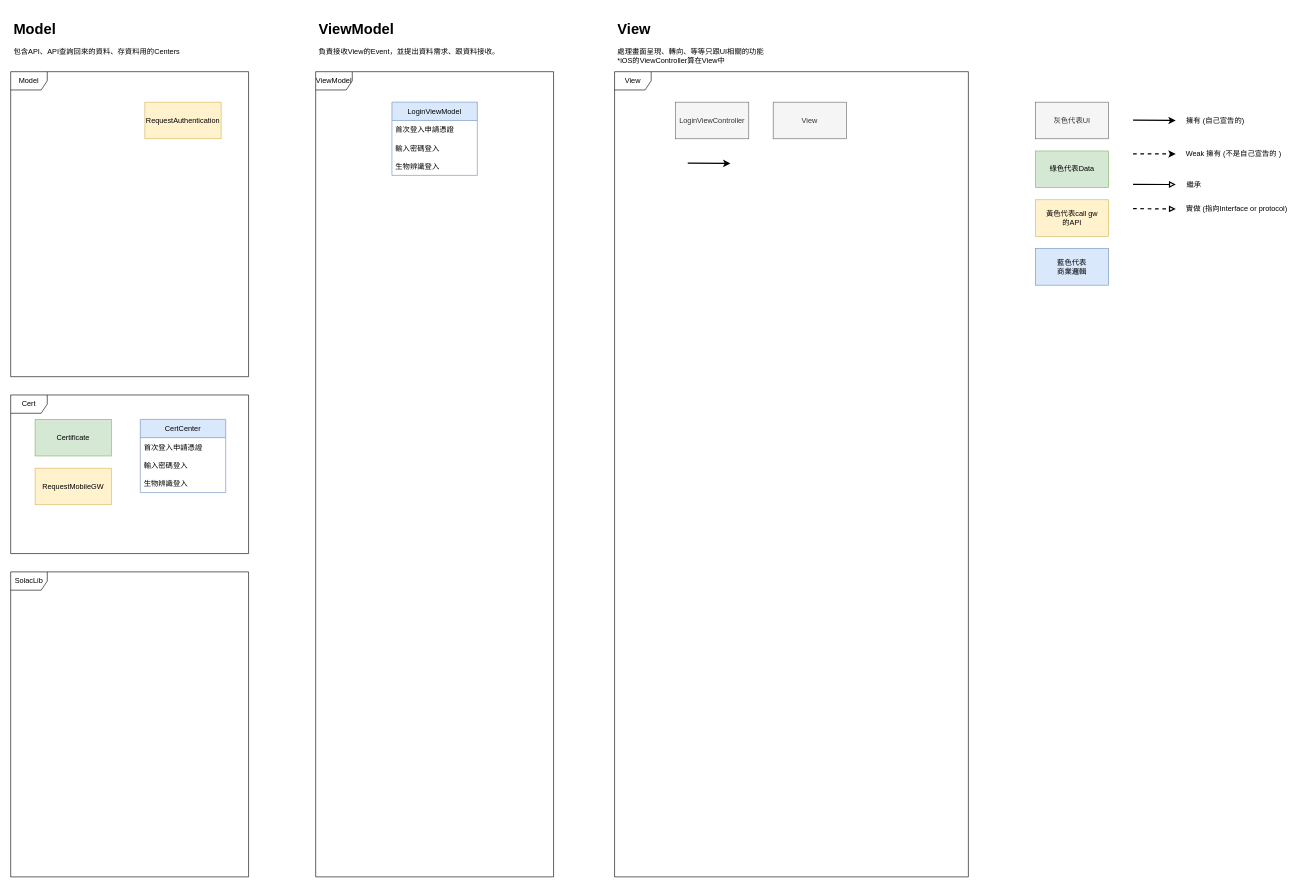
Above: 行動贏家架構圖.drawio in CapitalMobile/swift_giselle_practice (draw.io), before the change. Source tidied: cells renumbered, new cells numbered last; positions are measured from the earlier drawing's top-left corner, leaving out a move shared by most shapes. Both pictures are drawn from the tidied source at 61%, with x=0, y=0 at pixel (10, 16).
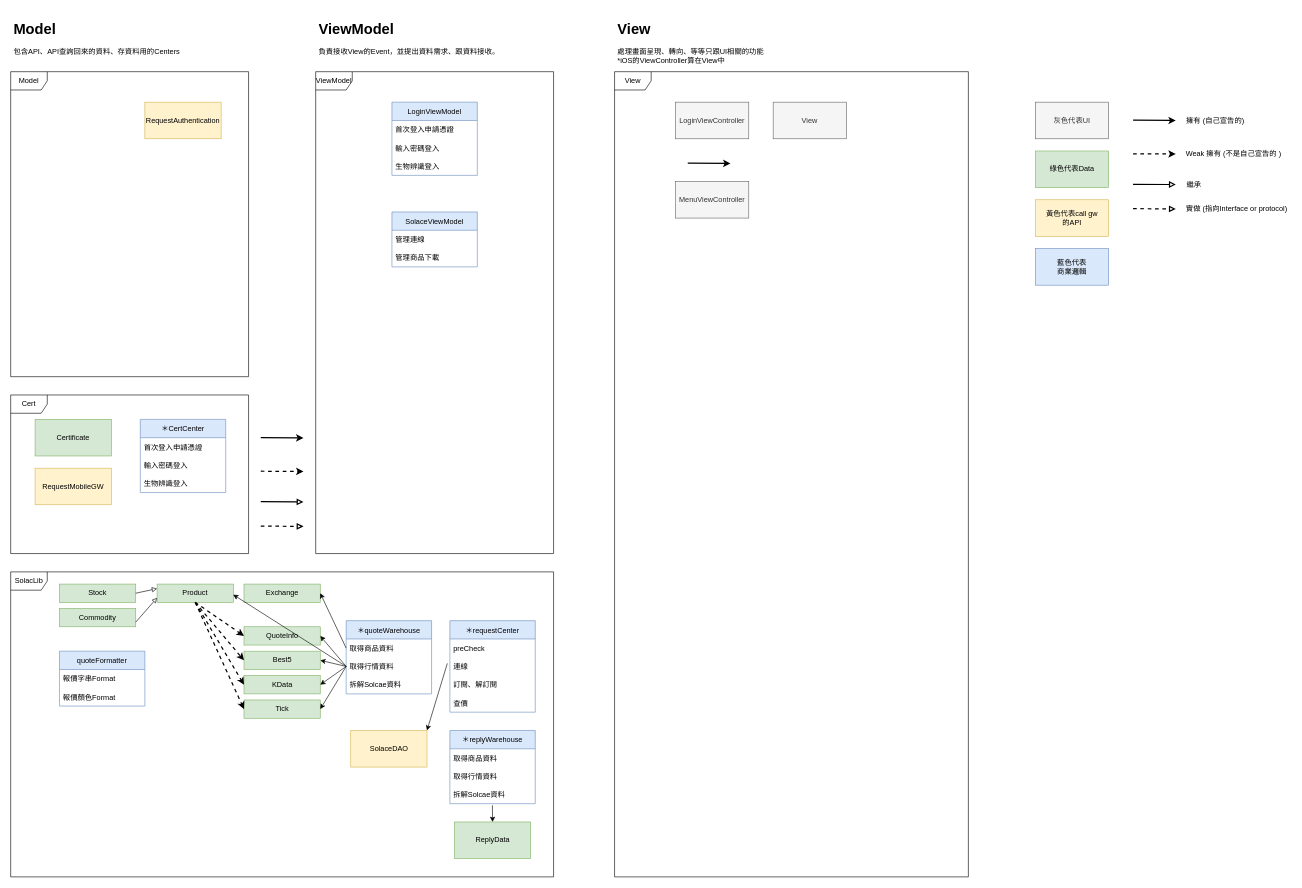
The same page after the edit.

Commit message:
更新SolaceLib(未完成).drawio

The edit, as a diff of the source:
```diff
@@
     <mxCell id="4" value="SolacLib" style="shape=umlFrame;whiteSpace=wrap;html=1;" parent="1" vertex="1">
-      <mxGeometry y="910" width="390" height="500" as="geometry" />
+      <mxGeometry y="910" width="890" height="500" as="geometry" />
     </mxCell>
     <mxCell id="5" value="ViewModel" style="shape=umlFrame;whiteSpace=wrap;html=1;" parent="1" vertex="1">
-      <mxGeometry x="500" y="90" width="390" height="1320" as="geometry" />
+      <mxGeometry x="500" y="90" width="390" height="790" as="geometry" />
     </mxCell>
@@
-    <mxCell id="17" value="CertCenter" style="swimlane;fontStyle=0;horizontal=1;startSize=30;fillColor=#dae8fc;strokeColor=#6c8ebf;" parent="1" vertex="1">
+    <mxCell id="17" value="＊CertCenter" style="swimlane;fontStyle=0;horizontal=1;startSize=30;fillColor=#dae8fc;strokeColor=#6c8ebf;" parent="1" vertex="1">
       <mxGeometry x="212.5" y="660" width="140" height="120" as="geometry" />
     </mxCell>
@@
+    <mxCell id="36" value="MenuViewController" style="rounded=0;whiteSpace=wrap;html=1;fillColor=#f5f5f5;fontColor=#333333;strokeColor=#666666;" parent="1" vertex="1">
+      <mxGeometry x="1090" y="270" width="120" height="60" as="geometry" />
+    </mxCell>
+    <mxCell id="37" value="SolaceViewModel" style="swimlane;fontStyle=0;horizontal=1;startSize=30;fillColor=#dae8fc;strokeColor=#6c8ebf;" parent="1" vertex="1">
+      <mxGeometry x="625" y="320" width="140" height="90" as="geometry" />
+    </mxCell>
+    <mxCell id="38" value="管理連線" style="text;strokeColor=none;fillColor=none;align=left;verticalAlign=middle;spacingLeft=4;spacingRight=4;overflow=hidden;" parent="37" vertex="1">
+      <mxGeometry y="30" width="140" height="30" as="geometry" />
+    </mxCell>
+    <mxCell id="39" value="管理商品下載" style="text;strokeColor=none;fillColor=none;align=left;verticalAlign=middle;spacingLeft=4;spacingRight=4;overflow=hidden;" parent="37" vertex="1">
+      <mxGeometry y="60" width="140" height="30" as="geometry" />
+    </mxCell>
+    <mxCell id="40" value="＊quoteWarehouse" style="swimlane;fontStyle=0;horizontal=1;startSize=30;fillColor=#dae8fc;strokeColor=#6c8ebf;" parent="1" vertex="1">
+      <mxGeometry x="550" y="990" width="140" height="120" as="geometry" />
+    </mxCell>
+    <mxCell id="41" value="取得商品資料" style="text;strokeColor=none;fillColor=none;align=left;verticalAlign=middle;spacingLeft=4;spacingRight=4;overflow=hidden;points=[[0,0.5],[1,0.5]];portConstraint=eastwest;" parent="40" vertex="1">
+      <mxGeometry y="30" width="140" height="30" as="geometry" />
+    </mxCell>
+    <mxCell id="42" value="取得行情資料" style="text;strokeColor=none;fillColor=none;align=left;verticalAlign=middle;spacingLeft=4;spacingRight=4;overflow=hidden;points=[[0,0.5],[1,0.5]];portConstraint=eastwest;" parent="40" vertex="1">
+      <mxGeometry y="60" width="140" height="30" as="geometry" />
+    </mxCell>
+    <mxCell id="43" value="拆解Solcae資料" style="text;strokeColor=none;fillColor=none;align=left;verticalAlign=middle;spacingLeft=4;spacingRight=4;overflow=hidden;" parent="40" vertex="1">
+      <mxGeometry y="90" width="140" height="30" as="geometry" />
+    </mxCell>
+    <mxCell id="44" value="＊requestCenter" style="swimlane;fontStyle=0;horizontal=1;startSize=30;fillColor=#dae8fc;strokeColor=#6c8ebf;" parent="1" vertex="1">
+      <mxGeometry x="720" y="990" width="140" height="150" as="geometry" />
+    </mxCell>
+    <mxCell id="45" value="preCheck" style="text;strokeColor=none;fillColor=none;align=left;verticalAlign=middle;spacingLeft=4;spacingRight=4;overflow=hidden;" parent="44" vertex="1">
+      <mxGeometry y="30" width="140" height="30" as="geometry" />
+    </mxCell>
+    <mxCell id="46" value="連線" style="text;strokeColor=none;fillColor=none;align=left;verticalAlign=middle;spacingLeft=4;spacingRight=4;overflow=hidden;points=[[0,0.5],[1,0.5]];portConstraint=eastwest;" parent="44" vertex="1">
+      <mxGeometry y="60" width="140" height="30" as="geometry" />
+    </mxCell>
+    <mxCell id="47" value="訂閱、解訂閱" style="text;strokeColor=none;fillColor=none;align=left;verticalAlign=middle;spacingLeft=4;spacingRight=4;overflow=hidden;" parent="44" vertex="1">
+      <mxGeometry y="90" width="140" height="30" as="geometry" />
+    </mxCell>
+    <mxCell id="48" value="查價" style="text;strokeColor=none;fillColor=none;align=left;verticalAlign=middle;spacingLeft=4;spacingRight=4;overflow=hidden;" parent="44" vertex="1">
+      <mxGeometry y="120" width="140" height="30" as="geometry" />
+    </mxCell>
+    <mxCell id="49" value="SolaceDAO" style="rounded=0;whiteSpace=wrap;html=1;fillColor=#fff2cc;strokeColor=#d6b656;" parent="1" vertex="1">
+      <mxGeometry x="557.5" y="1170" width="125" height="60" as="geometry" />
+    </mxCell>
+    <mxCell id="50" value="Exchange" style="rounded=0;whiteSpace=wrap;html=1;fillColor=#d5e8d4;strokeColor=#82b366;" parent="1" vertex="1">
+      <mxGeometry x="382.5" y="930" width="125" height="30" as="geometry" />
+    </mxCell>
+    <mxCell id="51" value="Product" style="rounded=0;whiteSpace=wrap;html=1;fillColor=#d5e8d4;strokeColor=#82b366;" parent="1" vertex="1">
+      <mxGeometry x="240" y="930" width="125" height="30" as="geometry" />
+    </mxCell>
+    <mxCell id="52" value="Stock" style="rounded=0;whiteSpace=wrap;html=1;fillColor=#d5e8d4;strokeColor=#82b366;" parent="1" vertex="1">
+      <mxGeometry x="80" y="930" width="125" height="30" as="geometry" />
+    </mxCell>
+    <mxCell id="53" value="Commodity" style="rounded=0;whiteSpace=wrap;html=1;fillColor=#d5e8d4;strokeColor=#82b366;" parent="1" vertex="1">
+      <mxGeometry x="80" y="970" width="125" height="30" as="geometry" />
+    </mxCell>
+    <mxCell id="54" style="endArrow=block;html=1;rounded=0;strokeWidth=1;endFill=0;exitX=1;exitY=0.5;exitDx=0;exitDy=0;entryX=0;entryY=0.25;entryDx=0;entryDy=0;" parent="1" edge="1" source="52" target="51">
+      <mxGeometry relative="1" as="geometry" />
+    </mxCell>
+    <mxCell id="55" style="endArrow=block;html=1;rounded=0;strokeWidth=1;endFill=0;exitX=1;exitY=0.75;exitDx=0;exitDy=0;entryX=0;entryY=0.75;entryDx=0;entryDy=0;" parent="1" edge="1" source="53" target="51">
+      <mxGeometry relative="1" as="geometry" />
+    </mxCell>
+    <mxCell id="56" value="QuoteInfo" style="rounded=0;whiteSpace=wrap;html=1;fillColor=#d5e8d4;strokeColor=#82b366;" parent="1" vertex="1">
+      <mxGeometry x="382.5" y="1000" width="125" height="30" as="geometry" />
+    </mxCell>
+    <mxCell id="57" value="Best5" style="rounded=0;whiteSpace=wrap;html=1;fillColor=#d5e8d4;strokeColor=#82b366;" parent="1" vertex="1">
+      <mxGeometry x="382.5" y="1040" width="125" height="30" as="geometry" />
+    </mxCell>
+    <mxCell id="58" value="Tick" style="rounded=0;whiteSpace=wrap;html=1;fillColor=#d5e8d4;strokeColor=#82b366;" parent="1" vertex="1">
+      <mxGeometry x="382.5" y="1120" width="125" height="30" as="geometry" />
+    </mxCell>
+    <mxCell id="59" value="KData" style="rounded=0;whiteSpace=wrap;html=1;fillColor=#d5e8d4;strokeColor=#82b366;" parent="1" vertex="1">
+      <mxGeometry x="382.5" y="1080" width="125" height="30" as="geometry" />
+    </mxCell>
+    <mxCell id="60" value="ReplyData" style="rounded=0;whiteSpace=wrap;html=1;fillColor=#d5e8d4;strokeColor=#82b366;" parent="1" vertex="1">
+      <mxGeometry x="727.5" y="1320" width="125" height="60" as="geometry" />
+    </mxCell>
+    <mxCell id="61" value="＊replyWarehouse" style="swimlane;fontStyle=0;horizontal=1;startSize=30;fillColor=#dae8fc;strokeColor=#6c8ebf;" parent="1" vertex="1">
+      <mxGeometry x="720" y="1170" width="140" height="120" as="geometry" />
+    </mxCell>
+    <mxCell id="62" value="取得商品資料" style="text;strokeColor=none;fillColor=none;align=left;verticalAlign=middle;spacingLeft=4;spacingRight=4;overflow=hidden;" parent="61" vertex="1">
+      <mxGeometry y="30" width="140" height="30" as="geometry" />
+    </mxCell>
+    <mxCell id="63" value="取得行情資料" style="text;strokeColor=none;fillColor=none;align=left;verticalAlign=middle;spacingLeft=4;spacingRight=4;overflow=hidden;" parent="61" vertex="1">
+      <mxGeometry y="60" width="140" height="30" as="geometry" />
+    </mxCell>
+    <mxCell id="64" value="拆解Solcae資料" style="text;strokeColor=none;fillColor=none;align=left;verticalAlign=middle;spacingLeft=4;spacingRight=4;overflow=hidden;points=[[0,0.5],[1,0.5]];portConstraint=eastwest;" parent="61" vertex="1">
+      <mxGeometry y="90" width="140" height="30" as="geometry" />
+    </mxCell>
+    <mxCell id="65" style="endArrow=classic;html=1;rounded=0;strokeWidth=2;" parent="1" edge="1">
+      <mxGeometry relative="1" as="geometry">
+        <mxPoint x="410" y="690" as="sourcePoint" />
+        <mxPoint x="480" y="690.4" as="targetPoint" />
+      </mxGeometry>
+    </mxCell>
+    <mxCell id="66" style="endArrow=classic;html=1;rounded=0;strokeWidth=2;dashed=1;" parent="1" edge="1">
+      <mxGeometry relative="1" as="geometry">
+        <mxPoint x="410" y="745" as="sourcePoint" />
+        <mxPoint x="480" y="745.4" as="targetPoint" />
+      </mxGeometry>
+    </mxCell>
+    <mxCell id="67" style="endArrow=block;html=1;rounded=0;strokeWidth=2;endFill=0;" parent="1" edge="1">
+      <mxGeometry relative="1" as="geometry">
+        <mxPoint x="410" y="795" as="sourcePoint" />
+        <mxPoint x="480" y="795.4" as="targetPoint" />
+      </mxGeometry>
+    </mxCell>
+    <mxCell id="68" style="endArrow=block;html=1;rounded=0;strokeWidth=2;endFill=0;dashed=1;" parent="1" edge="1">
+      <mxGeometry relative="1" as="geometry">
+        <mxPoint x="410" y="835" as="sourcePoint" />
+        <mxPoint x="480" y="835.4" as="targetPoint" />
+      </mxGeometry>
+    </mxCell>
+    <mxCell id="69" style="endArrow=classic;html=1;rounded=0;strokeWidth=1;exitX=-0.03;exitY=0.333;exitDx=0;exitDy=0;exitPerimeter=0;entryX=1;entryY=0;entryDx=0;entryDy=0;" parent="1" edge="1" source="46" target="49">
+      <mxGeometry relative="1" as="geometry" />
+    </mxCell>
+    <mxCell id="70" style="endArrow=classic;html=1;rounded=0;strokeWidth=1;exitX=0;exitY=0.5;exitDx=0;exitDy=0;entryX=1;entryY=0.5;entryDx=0;entryDy=0;" parent="1" edge="1" source="41" target="50">
+      <mxGeometry relative="1" as="geometry" />
+    </mxCell>
+    <mxCell id="71" style="endArrow=classic;html=1;rounded=0;strokeWidth=1;exitX=0;exitY=0.5;exitDx=0;exitDy=0;entryX=0.998;entryY=0.578;entryDx=0;entryDy=0;entryPerimeter=0;" parent="1" edge="1" source="42" target="51">
+      <mxGeometry relative="1" as="geometry" />
+    </mxCell>
+    <mxCell id="72" style="endArrow=classic;html=1;rounded=0;strokeWidth=1;exitX=0;exitY=0.5;exitDx=0;exitDy=0;entryX=1;entryY=0.5;entryDx=0;entryDy=0;" parent="1" edge="1" source="42" target="56">
+      <mxGeometry relative="1" as="geometry" />
+    </mxCell>
+    <mxCell id="73" style="endArrow=classic;html=1;rounded=0;strokeWidth=1;exitX=0;exitY=0.5;exitDx=0;exitDy=0;entryX=1;entryY=0.5;entryDx=0;entryDy=0;" parent="1" edge="1" source="42" target="57">
+      <mxGeometry relative="1" as="geometry" />
+    </mxCell>
+    <mxCell id="74" style="endArrow=classic;html=1;rounded=0;strokeWidth=1;exitX=0;exitY=0.5;exitDx=0;exitDy=0;entryX=1;entryY=0.5;entryDx=0;entryDy=0;" parent="1" edge="1" source="42" target="58">
+      <mxGeometry relative="1" as="geometry" />
+    </mxCell>
+    <mxCell id="75" style="endArrow=classic;html=1;rounded=0;strokeWidth=1;entryX=1;entryY=0.5;entryDx=0;entryDy=0;exitX=0;exitY=0.5;exitDx=0;exitDy=0;" parent="1" edge="1" source="42" target="59">
+      <mxGeometry relative="1" as="geometry" />
+    </mxCell>
+    <mxCell id="76" style="endArrow=classic;html=1;rounded=0;strokeWidth=1;exitX=0.498;exitY=1.087;exitDx=0;exitDy=0;exitPerimeter=0;entryX=0.5;entryY=0;entryDx=0;entryDy=0;" parent="1" edge="1" source="64" target="60">
+      <mxGeometry relative="1" as="geometry" />
+    </mxCell>
+    <mxCell id="77" style="endArrow=classic;html=1;rounded=0;strokeWidth=2;dashed=1;entryX=0;entryY=0.5;entryDx=0;entryDy=0;exitX=0.5;exitY=1;exitDx=0;exitDy=0;" parent="1" edge="1" source="51" target="56">
+      <mxGeometry relative="1" as="geometry" />
+    </mxCell>
+    <mxCell id="78" style="endArrow=classic;html=1;rounded=0;strokeWidth=2;dashed=1;entryX=0;entryY=0.5;entryDx=0;entryDy=0;exitX=0.5;exitY=1;exitDx=0;exitDy=0;" parent="1" edge="1" source="51" target="57">
+      <mxGeometry relative="1" as="geometry" />
+    </mxCell>
+    <mxCell id="79" style="endArrow=classic;html=1;rounded=0;strokeWidth=2;dashed=1;entryX=0;entryY=0.5;entryDx=0;entryDy=0;exitX=0.5;exitY=1;exitDx=0;exitDy=0;" parent="1" edge="1" source="51" target="59">
+      <mxGeometry relative="1" as="geometry" />
+    </mxCell>
+    <mxCell id="80" style="endArrow=classic;html=1;rounded=0;strokeWidth=2;dashed=1;entryX=0;entryY=0.5;entryDx=0;entryDy=0;exitX=0.5;exitY=1;exitDx=0;exitDy=0;" parent="1" edge="1" source="51" target="58">
+      <mxGeometry relative="1" as="geometry" />
+    </mxCell>
+    <mxCell id="81" value="quoteFormatter" style="swimlane;fontStyle=0;horizontal=1;startSize=30;fillColor=#dae8fc;strokeColor=#6c8ebf;" parent="1" vertex="1">
+      <mxGeometry x="80" y="1040" width="140" height="90" as="geometry" />
+    </mxCell>
+    <mxCell id="82" value="報價字串Format" style="text;strokeColor=none;fillColor=none;align=left;verticalAlign=middle;spacingLeft=4;spacingRight=4;overflow=hidden;" parent="81" vertex="1">
+      <mxGeometry y="30" width="140" height="30" as="geometry" />
+    </mxCell>
+    <mxCell id="83" value="報價顏色Format" style="text;strokeColor=none;fillColor=none;align=left;verticalAlign=middle;spacingLeft=4;spacingRight=4;overflow=hidden;" parent="81" vertex="1">
+      <mxGeometry y="60" width="140" height="30" as="geometry" />
+    </mxCell>
```
